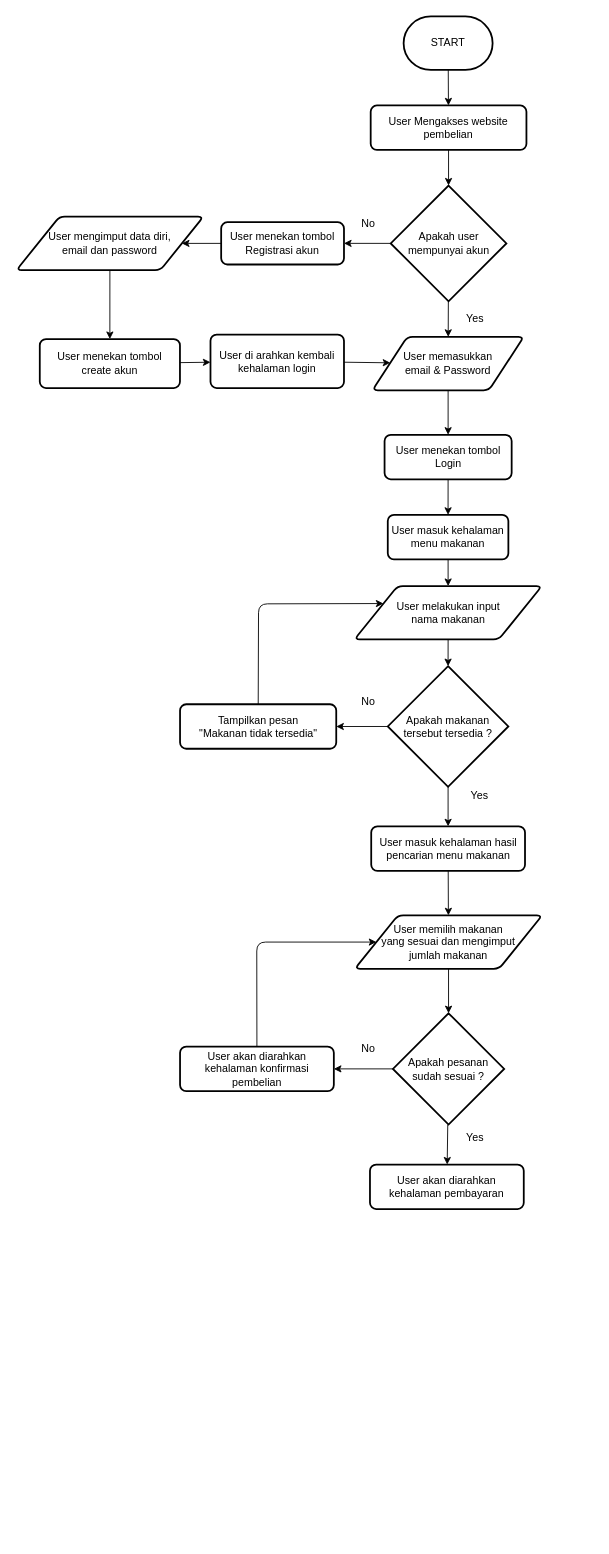
Before: flowchart.drawio in bintangmesir/bintang_mesir-proses_order_makanan_online, a draw.io diagram. Source tidied: cells renumbered, new cells numbered last; positions are measured from the earlier drawing's top-left corner, leaving out a move shared by most shapes. Both pictures are drawn from the tidied source at 89%, with x=0, y=0 at pixel (16, 16).
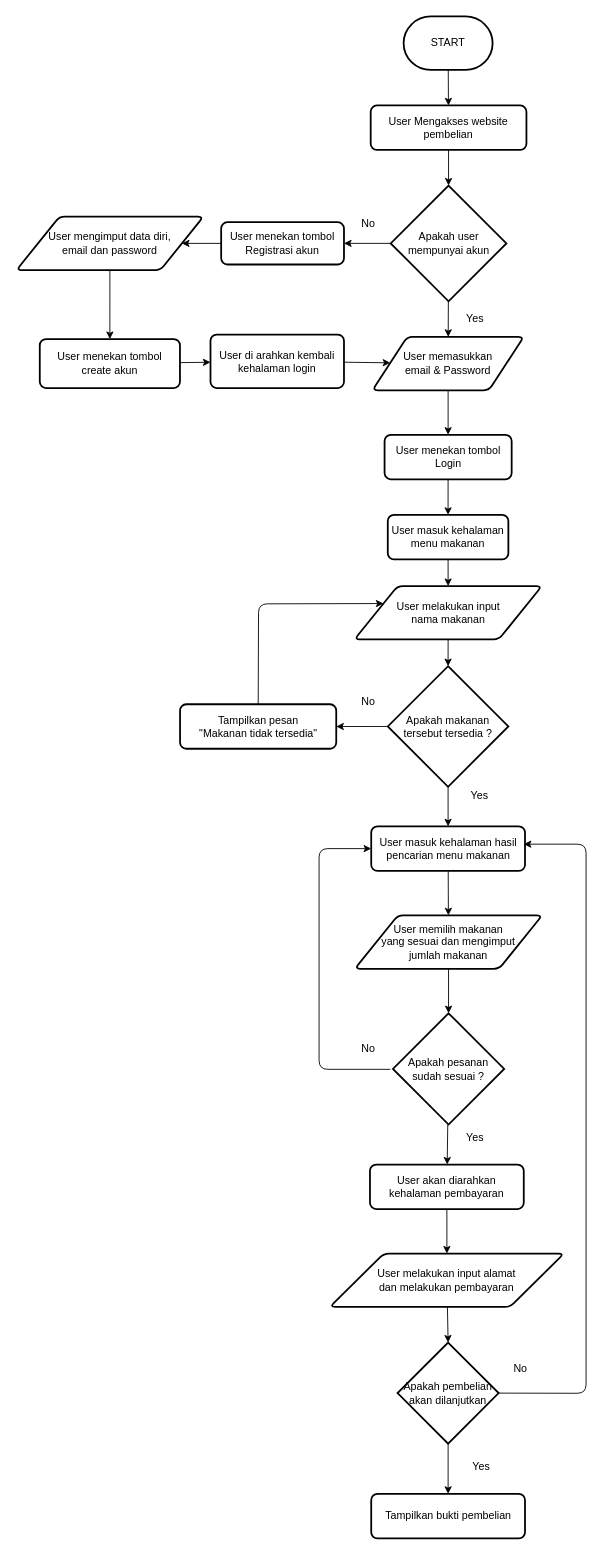
After the change.

Commit message:
add notification successfull order on flowchart.drawio file

The change refers to these unchanged cells:
```xml
<mxCell id="31" value="User masuk kehalaman hasil pencarian menu makanan" style="rounded=1;whiteSpace=wrap;html=1;absoluteArcSize=1;arcSize=14;strokeWidth=2;" parent="1" vertex="1">
  <mxGeometry x="398.6" y="910" width="172.8" height="50" as="geometry" />
</mxCell>
<mxCell id="37" value="User memilih makanan &lt;br&gt;yang sesuai dan mengimput &lt;br&gt;jumlah makanan" style="shape=parallelogram;html=1;strokeWidth=2;perimeter=parallelogramPerimeter;whiteSpace=wrap;rounded=1;arcSize=12;size=0.23;" parent="1" vertex="1">
  <mxGeometry x="380.2" y="1010" width="210.5" height="60" as="geometry" />
</mxCell>
<mxCell id="40" value="Apakah pesanan&lt;br&gt;sudah sesuai ?" style="strokeWidth=2;html=1;shape=mxgraph.flowchart.decision;whiteSpace=wrap;" parent="1" vertex="1">
  <mxGeometry x="423" y="1120" width="125" height="125" as="geometry" />
</mxCell>
<mxCell id="41" value="User akan diarahkan kehalaman pembayaran" style="rounded=1;whiteSpace=wrap;html=1;absoluteArcSize=1;arcSize=14;strokeWidth=2;" parent="1" vertex="1">
  <mxGeometry x="397.2" y="1290" width="172.8" height="50" as="geometry" />
</mxCell>
```

The edit, as a diff of the source:
```diff
@@
-    <mxCell id="39" style="edgeStyle=none;html=1;entryX=1;entryY=0.5;entryDx=0;entryDy=0;" parent="1" edge="1" source="40" target="43">
-      <mxGeometry relative="1" as="geometry" />
+    <mxCell id="39" style="edgeStyle=none;html=1;entryX=0;entryY=0.5;entryDx=0;entryDy=0;" parent="1" edge="1" target="31">
+      <mxGeometry relative="1" as="geometry">
+        <mxPoint x="420" y="1183" as="sourcePoint" />
+        <Array as="points">
+          <mxPoint x="340" y="1183" />
+          <mxPoint x="340" y="935" />
+        </Array>
+      </mxGeometry>
     </mxCell>
@@
+    <mxCell id="46" style="edgeStyle=none;html=1;" parent="1" edge="1" source="41" target="48">
+      <mxGeometry relative="1" as="geometry" />
+    </mxCell>
@@
-    <mxCell id="42" style="edgeStyle=none;html=1;entryX=0;entryY=0.5;entryDx=0;entryDy=0;" parent="1" edge="1" source="43" target="37">
-      <mxGeometry relative="1" as="geometry">
-        <Array as="points">
-          <mxPoint x="270" y="1040" />
-        </Array>
-      </mxGeometry>
-    </mxCell>
-    <mxCell id="43" value="User akan diarahkan kehalaman konfirmasi pembelian" style="rounded=1;whiteSpace=wrap;html=1;absoluteArcSize=1;arcSize=14;strokeWidth=2;" parent="1" vertex="1">
-      <mxGeometry x="183.8" y="1157.5" width="172.8" height="50" as="geometry" />
-    </mxCell>
@@
+    <mxCell id="47" style="edgeStyle=none;html=1;entryX=0.5;entryY=0;entryDx=0;entryDy=0;entryPerimeter=0;" parent="1" edge="1" source="48" target="51">
+      <mxGeometry relative="1" as="geometry" />
+    </mxCell>
+    <mxCell id="48" value="User melakukan input alamat &lt;br&gt;dan melakukan pembayaran" style="shape=parallelogram;html=1;strokeWidth=2;perimeter=parallelogramPerimeter;whiteSpace=wrap;rounded=1;arcSize=12;size=0.23;" parent="1" vertex="1">
+      <mxGeometry x="352.2" y="1390" width="262.9" height="60" as="geometry" />
+    </mxCell>
+    <mxCell id="49" style="edgeStyle=none;html=1;exitX=1;exitY=0.5;exitDx=0;exitDy=0;exitPerimeter=0;" parent="1" edge="1" source="51">
+      <mxGeometry relative="1" as="geometry">
+        <mxPoint x="570" y="930" as="targetPoint" />
+        <Array as="points">
+          <mxPoint x="640" y="1547" />
+          <mxPoint x="640" y="930" />
+        </Array>
+      </mxGeometry>
+    </mxCell>
+    <mxCell id="50" style="edgeStyle=none;html=1;entryX=0.5;entryY=0;entryDx=0;entryDy=0;" parent="1" edge="1" source="51" target="53">
+      <mxGeometry relative="1" as="geometry" />
+    </mxCell>
+    <mxCell id="51" value="Apakah pembelian akan dilanjutkan" style="strokeWidth=2;html=1;shape=mxgraph.flowchart.decision;whiteSpace=wrap;" parent="1" vertex="1">
+      <mxGeometry x="428.2" y="1490" width="113.6" height="113.6" as="geometry" />
+    </mxCell>
+    <mxCell id="52" value="No" style="text;html=1;align=center;verticalAlign=middle;strokeColor=none;fillColor=none;" parent="1" vertex="1">
+      <mxGeometry x="550.5" y="1510" width="30" height="20" as="geometry" />
+    </mxCell>
+    <mxCell id="53" value="Tampilkan bukti pembelian" style="rounded=1;whiteSpace=wrap;html=1;absoluteArcSize=1;arcSize=14;strokeWidth=2;" parent="1" vertex="1">
+      <mxGeometry x="398.6" y="1660" width="172.8" height="50" as="geometry" />
+    </mxCell>
+    <mxCell id="54" value="Yes" style="text;html=1;align=center;verticalAlign=middle;strokeColor=none;fillColor=none;" parent="1" vertex="1">
+      <mxGeometry x="501.8" y="1620" width="40" height="20" as="geometry" />
+    </mxCell>
```
